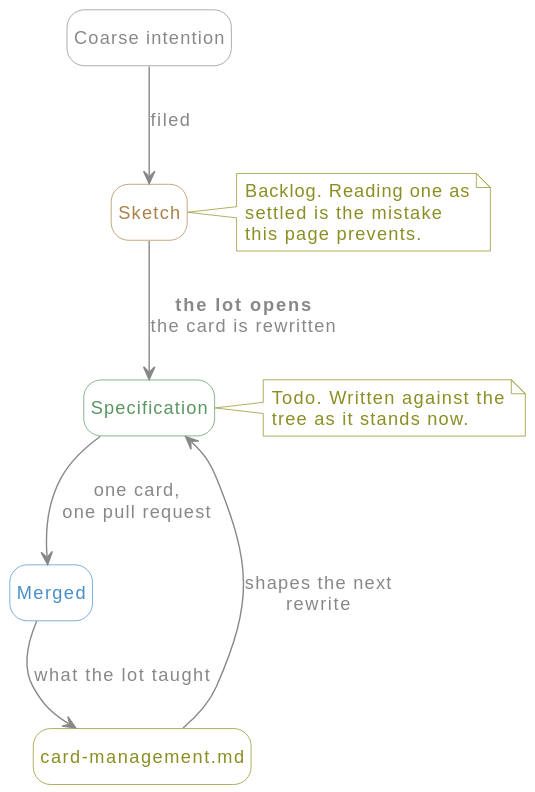
Gcob/lara-spec-first keeps this PlantUML diagram as docs/diagrams/card-lifecycle.svg. Above is the earlier version. Its source is kept beside it as docs/diagrams/card-lifecycle.puml. Source of this version:
```plantuml
@startuml
!include palette.iuml

set separator none
hide empty description

state "Coarse intention" as Intention #line:888888;text:888888
state "Sketch" as Sketch #line:AC8148;text:AC8148
state "Specification" as Spec #line:5A9662;text:5A9662
state "Merged" as Merged #line:478ECA;text:478ECA
state "card-management.md" as Doc #line:8B8E22;text:8B8E22

Intention --> Sketch : filed
Sketch --> Spec : **the lot opens**\nthe card is rewritten
Spec --> Merged : one card,\none pull request
Merged --> Doc : what the lot taught
Doc --> Spec : shapes the next\nrewrite

note right of Sketch
  Backlog. Reading one as
  settled is the mistake
  this page prevents.
end note

note right of Spec
  Todo. Written against the
  tree as it stands now.
end note
@enduml
```
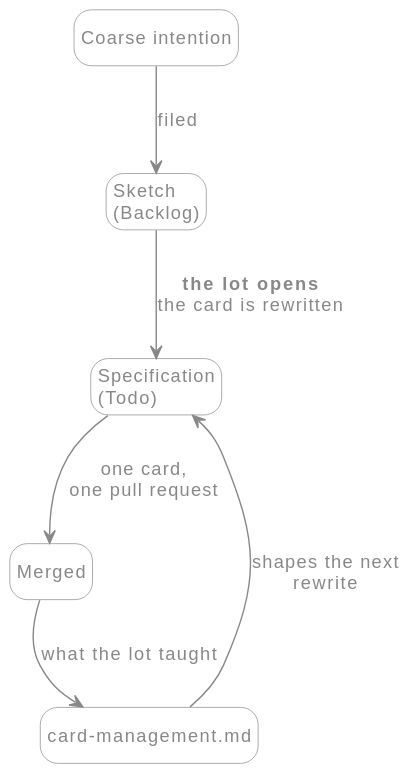
After the change.

Commit message:
docs: update AGENTS.md and card-management.md with clarifications on contesting rules and card lifecycle

What changed in the source:
```diff
@@ -4,26 +4,15 @@
 set separator none
 hide empty description
 
-state "Coarse intention" as Intention #line:888888;text:888888
-state "Sketch" as Sketch #line:AC8148;text:AC8148
-state "Specification" as Spec #line:5A9662;text:5A9662
-state "Merged" as Merged #line:478ECA;text:478ECA
-state "card-management.md" as Doc #line:8B8E22;text:8B8E22
+state "Coarse intention" as Intention
+state "Sketch\n(Backlog)" as Sketch
+state "Specification\n(Todo)" as Spec
+state "Merged" as Merged
+state "card-management.md" as Doc
 
 Intention --> Sketch : filed
 Sketch --> Spec : **the lot opens**\nthe card is rewritten
 Spec --> Merged : one card,\none pull request
 Merged --> Doc : what the lot taught
 Doc --> Spec : shapes the next\nrewrite
-
-note right of Sketch
-  Backlog. Reading one as
-  settled is the mistake
-  this page prevents.
-end note
-
-note right of Spec
-  Todo. Written against the
-  tree as it stands now.
-end note
 @enduml
```
